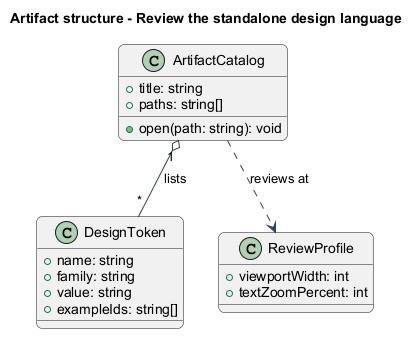
Before: docs/detailed-designs/artifacts/review-design-language/diagrams/class-structure.png, a diagram exported from PlantUML (QuinntyneBrown/mission-control).
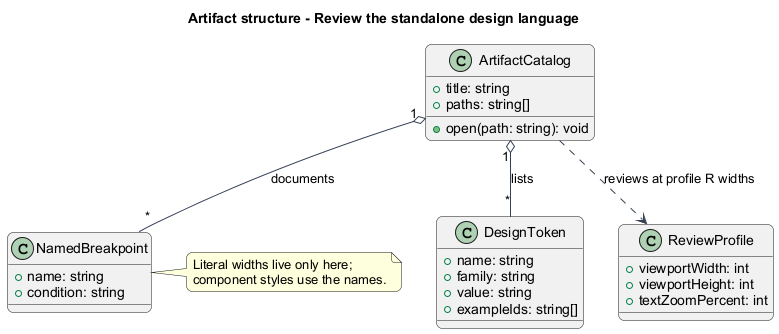
After the commit.

Change to the diagram source:
```diff
@@ -20,6 +20,10 @@
   +value: string
   +exampleIds: string[]
 }
+class NamedBreakpoint {
+  +name: string
+  +condition: string
+}
 class ArtifactCatalog {
   +title: string
   +paths: string[]
@@ -27,9 +31,14 @@
 }
 class ReviewProfile {
   +viewportWidth: int
+  +viewportHeight: int
   +textZoomPercent: int
 }
 ArtifactCatalog "1" o-- "*" DesignToken : lists
-ArtifactCatalog ..> ReviewProfile : reviews at
-
+ArtifactCatalog "1" o-- "*" NamedBreakpoint : documents
+ArtifactCatalog ..> ReviewProfile : reviews at profile R widths
+note right of NamedBreakpoint
+Literal widths live only here;
+component styles use the names.
+end note
 @enduml
```
